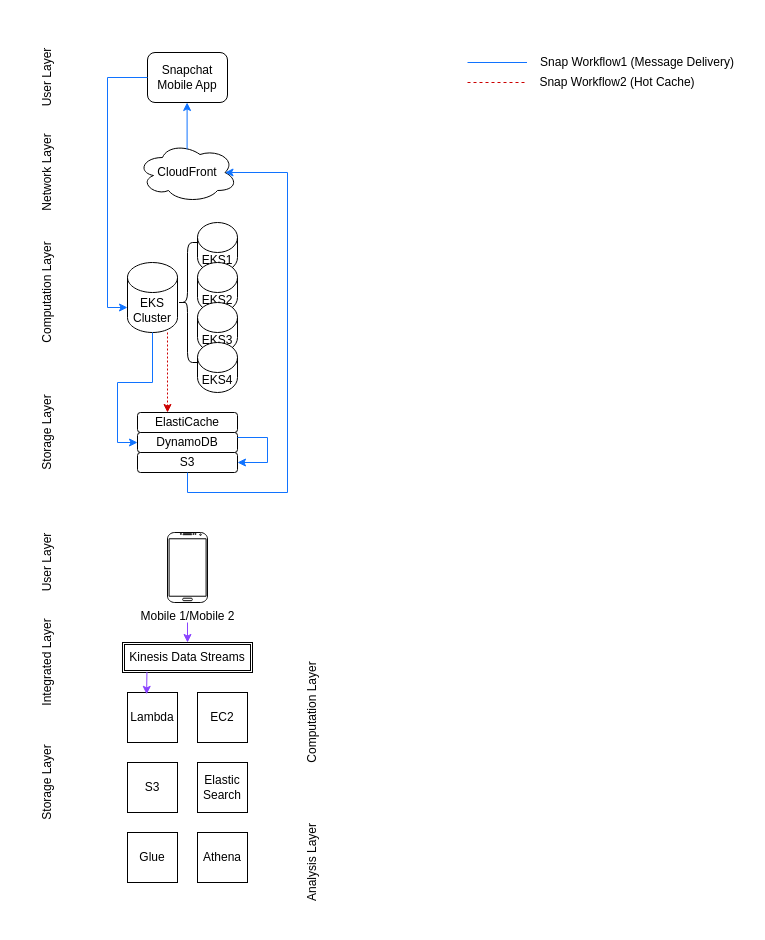
Before: System.drawio in 13-Strings/Awesome-Paper-Practice, a draw.io diagram. Source tidied: cells renumbered, new cells numbered last; positions are measured from the earlier drawing's top-left corner, leaving out a move shared by most shapes. Both pictures are drawn from the tidied source at 100%, with x=0, y=0 at pixel (-13, 47).
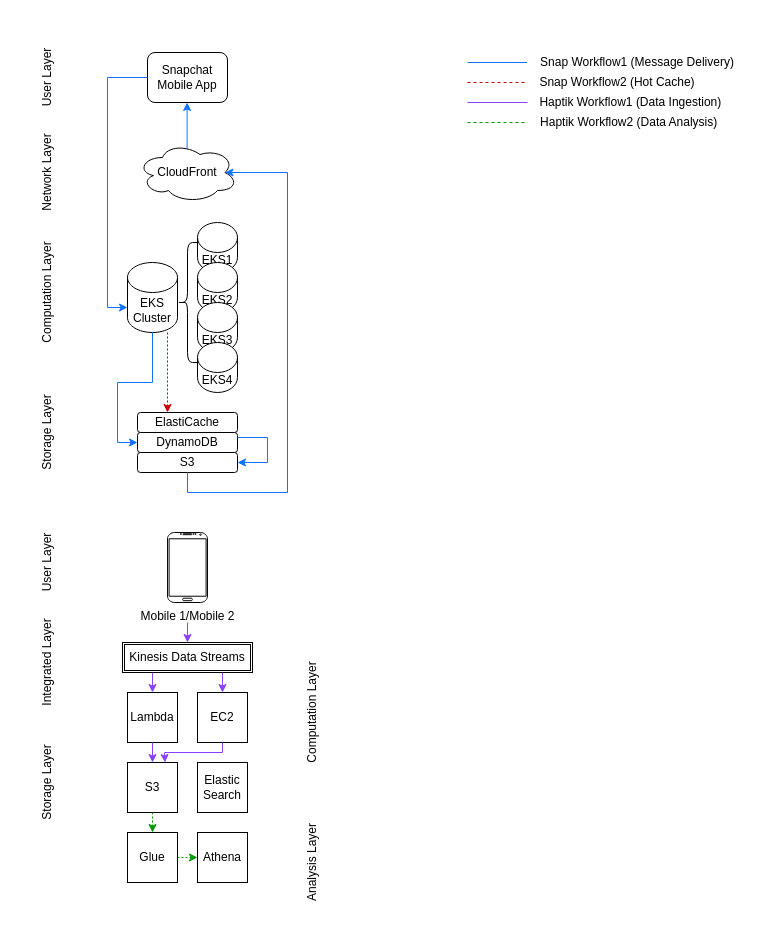
Above is the later version.

Unchanged cells that the change refers to:
```xml
<mxCell id="30" value="Kinesis Data Streams" style="shape=ext;double=1;rounded=0;whiteSpace=wrap;html=1;" parent="1" vertex="1">
  <mxGeometry x="135" y="595" width="130" height="30" as="geometry" />
</mxCell>
<mxCell id="32" value="Lambda" style="whiteSpace=wrap;html=1;" parent="31" vertex="1">
  <mxGeometry width="50" height="50" as="geometry" />
</mxCell>
<mxCell id="33" value="EC2" style="whiteSpace=wrap;html=1;" parent="31" vertex="1">
  <mxGeometry x="70" width="50" height="50" as="geometry" />
</mxCell>
<mxCell id="35" value="S3" style="whiteSpace=wrap;html=1;" parent="34" vertex="1">
  <mxGeometry width="50" height="50" as="geometry" />
</mxCell>
<mxCell id="37" style="group;" parent="1" vertex="1">
  <mxGeometry x="140" y="785" width="120" height="70" as="geometry" />
</mxCell>
<mxCell id="38" value="Glue" style="whiteSpace=wrap;html=1;" parent="37" vertex="1">
  <mxGeometry width="50" height="50" as="geometry" />
</mxCell>
<mxCell id="39" value="Athena" style="whiteSpace=wrap;html=1;" parent="37" vertex="1">
  <mxGeometry x="70" width="50" height="50" as="geometry" />
</mxCell>
```

Change to the diagram source:
```diff
@@
+    <mxCell id="47" value="&amp;nbsp;Haptik Workflow2 (Data Analysis)" style="rounded=0;whiteSpace=wrap;html=1;strokeColor=#FFFFFF;" parent="1" vertex="1">
+      <mxGeometry x="530" y="65" width="220" height="20" as="geometry" />
+    </mxCell>
+    <mxCell id="48" value="&amp;nbsp; Haptik Workflow1 (Data Ingestion)" style="rounded=0;whiteSpace=wrap;html=1;strokeColor=#FFFFFF;" parent="1" vertex="1">
+      <mxGeometry x="530" y="45" width="220" height="20" as="geometry" />
+    </mxCell>
@@
+    <mxCell id="49" style="edgeStyle=orthogonalEdgeStyle;rounded=0;jettySize=auto;html=1;exitX=0.75;exitY=1;exitDx=0;exitDy=0;entryX=0.5;entryY=0;entryDx=0;entryDy=0;strokeColor=light-dark(#8A42FF,#8A42FF);" parent="1" edge="1" source="30" target="33">
+      <mxGeometry relative="1" as="geometry" />
+    </mxCell>
+    <mxCell id="46" style="edgeStyle=orthogonalEdgeStyle;rounded=0;jettySize=auto;html=1;exitX=0.25;exitY=1;exitDx=0;exitDy=0;entryX=0.5;entryY=0;entryDx=0;entryDy=0;strokeColor=light-dark(#8A42FF,#8A42FF);" parent="1" edge="1" source="30" target="32">
+      <mxGeometry relative="1" as="geometry" />
+    </mxCell>
@@
+    <mxCell id="50" style="edgeStyle=elbowEdgeStyle;rounded=0;jettySize=auto;elbow=vertical;html=1;exitX=1;exitY=0.5;exitDx=0;exitDy=0;entryX=0;entryY=0.5;entryDx=0;entryDy=0;strokeColor=#009900;dashed=1;dashPattern=2 2;" parent="37" edge="1" source="38" target="39">
+      <mxGeometry relative="1" as="geometry" />
+    </mxCell>
@@
-    <mxCell id="46" style="endArrow=classic;html=1;rounded=0;elbow=vertical;entryX=0.382;entryY=0.037;entryDx=0;entryDy=0;entryPerimeter=0;strokeColor=#8A42FF;exitX=0.188;exitY=0.979;exitDx=0;exitDy=0;exitPerimeter=0;" parent="1" edge="1" source="30" target="32">
-      <mxGeometry relative="1" as="geometry" />
-    </mxCell>
+    <mxCell id="51" style="edgeStyle=orthogonalEdgeStyle;rounded=0;jettySize=auto;html=1;exitX=0.5;exitY=1;exitDx=0;exitDy=0;entryX=0.5;entryY=0;entryDx=0;entryDy=0;strokeColor=light-dark(#8A42FF,#8A42FF);" parent="1" edge="1" source="32" target="35">
+      <mxGeometry relative="1" as="geometry" />
+    </mxCell>
+    <mxCell id="52" style="endArrow=classic;html=1;rounded=0;elbow=vertical;entryX=0.75;entryY=0;entryDx=0;entryDy=0;strokeColor=light-dark(#8A42FF,#8A42FF);exitX=0.5;exitY=1;exitDx=0;exitDy=0;" parent="1" edge="1" source="33" target="35">
+      <mxGeometry relative="1" as="geometry">
+        <Array as="points">
+          <mxPoint x="235" y="705" />
+          <mxPoint x="177" y="705" />
+        </Array>
+      </mxGeometry>
+    </mxCell>
+    <mxCell id="53" style="endArrow=none;html=1;rounded=0;elbow=vertical;strokeColor=light-dark(#8A42FF,#8A42FF);" parent="1" edge="1">
+      <mxGeometry relative="1" as="geometry">
+        <mxPoint x="480" y="55" as="sourcePoint" />
+        <mxPoint x="540" y="55" as="targetPoint" />
+      </mxGeometry>
+    </mxCell>
+    <mxCell id="54" style="edgeStyle=elbowEdgeStyle;rounded=0;jettySize=auto;elbow=vertical;html=1;exitX=0.5;exitY=1;exitDx=0;exitDy=0;entryX=0.5;entryY=0;entryDx=0;entryDy=0;strokeColor=#009900;dashed=1;dashPattern=2 2;" parent="1" edge="1" source="35" target="38">
+      <mxGeometry relative="1" as="geometry" />
+    </mxCell>
+    <mxCell id="55" style="endArrow=none;dashed=1;html=1;rounded=0;elbow=vertical;strokeColor=#009900;" parent="1" edge="1">
+      <mxGeometry relative="1" as="geometry">
+        <mxPoint x="480" y="75" as="sourcePoint" />
+        <mxPoint x="540" y="75" as="targetPoint" />
+      </mxGeometry>
+    </mxCell>
```
